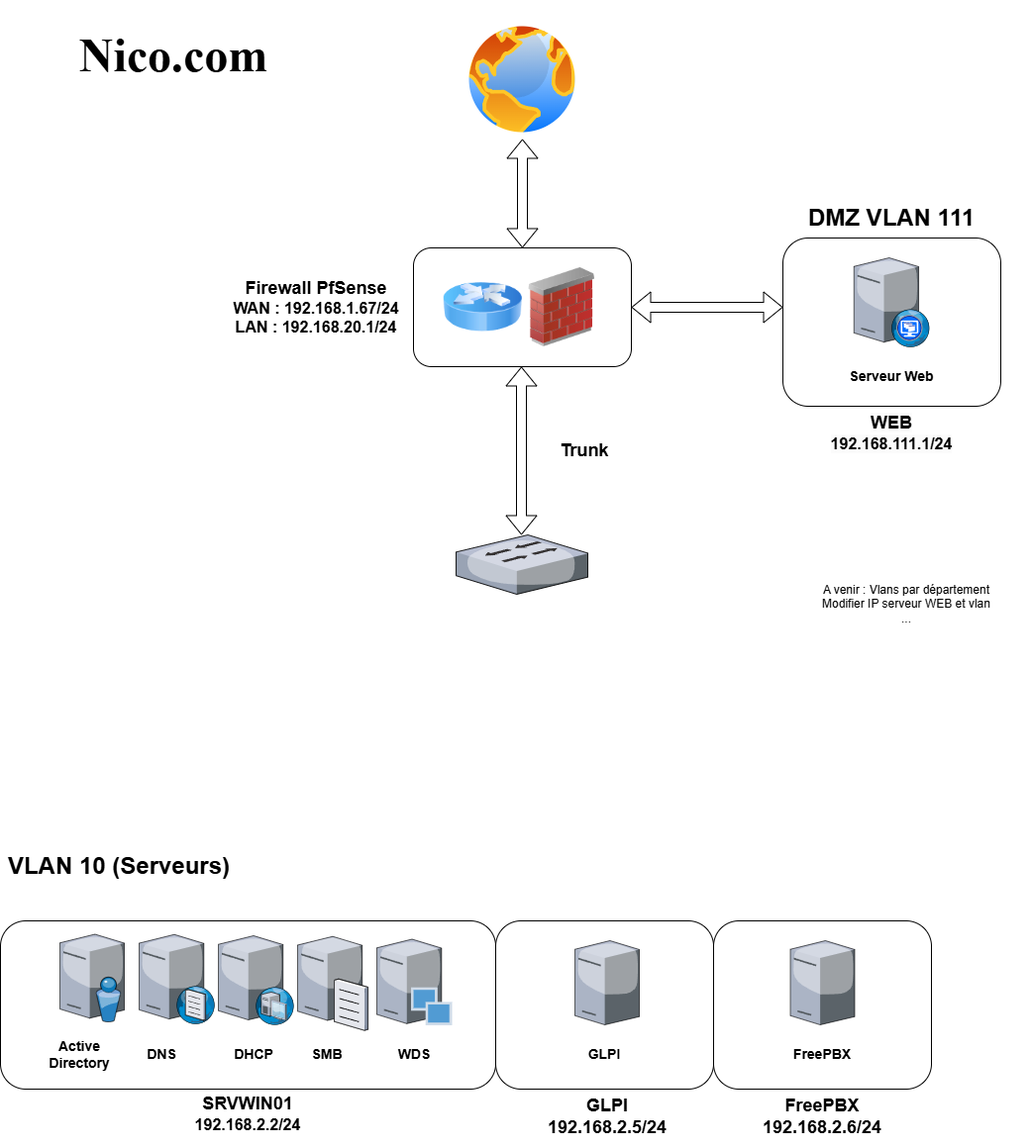
Above: Schéma Synoptique.png in Nicolas-M01/Nico.com (draw.io), before the change. Source tidied: cells renumbered, new cells last; positions are measured from the earlier drawing's top-left corner, leaving out a move shared by most shapes.
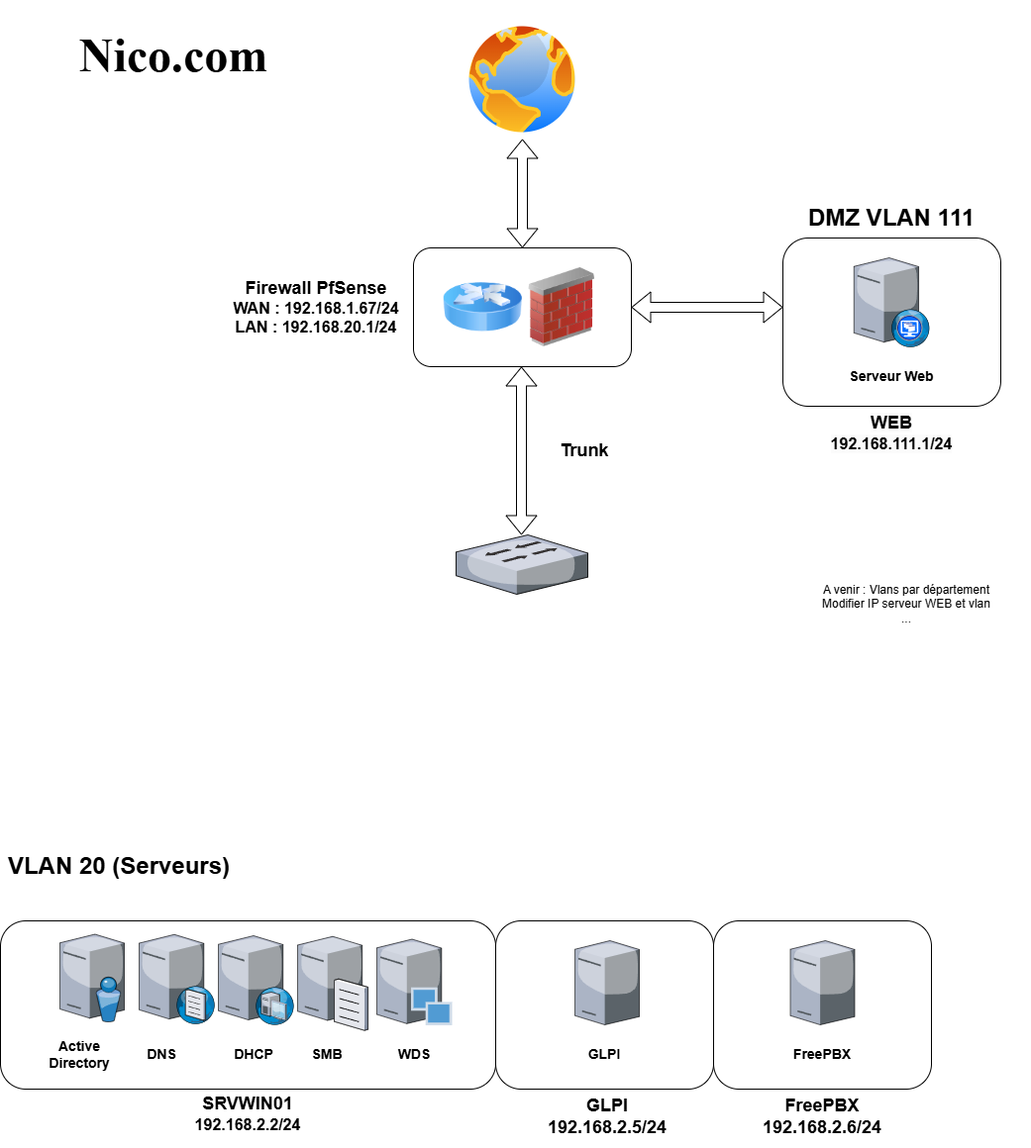
The same file after the commit.

Commit message:
Mettre à jour Schéma Synoptique.png

Change to the diagram source:
```diff
@@ -109,7 +109,7 @@
     <mxCell id="35" value="&lt;font style=&quot;font-size: 14px;&quot;&gt;&lt;b&gt;WDS&lt;/b&gt;&lt;/font&gt;" style="text;html=1;align=center;verticalAlign=middle;whiteSpace=wrap;rounded=0;" parent="23" vertex="1">
       <mxGeometry x="388" y="190" width="60" height="30" as="geometry" />
     </mxCell>
-    <mxCell id="36" value="&lt;font style=&quot;font-size: 24px;&quot;&gt;&lt;b&gt;VLAN 10 (Serveurs)&lt;/b&gt;&lt;/font&gt;" style="text;html=1;align=center;verticalAlign=middle;whiteSpace=wrap;rounded=0;" parent="23" vertex="1">
+    <mxCell id="36" value="&lt;font style=&quot;font-size: 24px;&quot;&gt;&lt;b&gt;VLAN 20 (Serveurs)&lt;/b&gt;&lt;/font&gt;" style="text;html=1;align=center;verticalAlign=middle;whiteSpace=wrap;rounded=0;" parent="23" vertex="1">
       <mxGeometry width="240" height="30" as="geometry" />
     </mxCell>
     <mxCell id="37" style="edgeStyle=orthogonalEdgeStyle;rounded=0;orthogonalLoop=1;jettySize=auto;html=1;exitX=0.5;exitY=1;exitDx=0;exitDy=0;" parent="23" edge="1" source="36" target="36">
```
